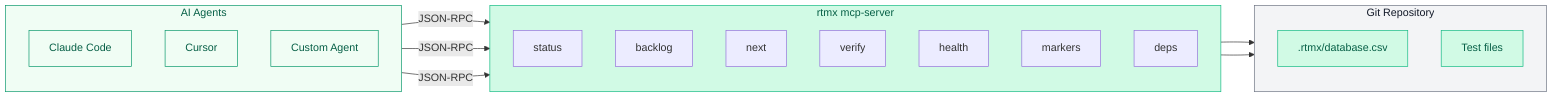
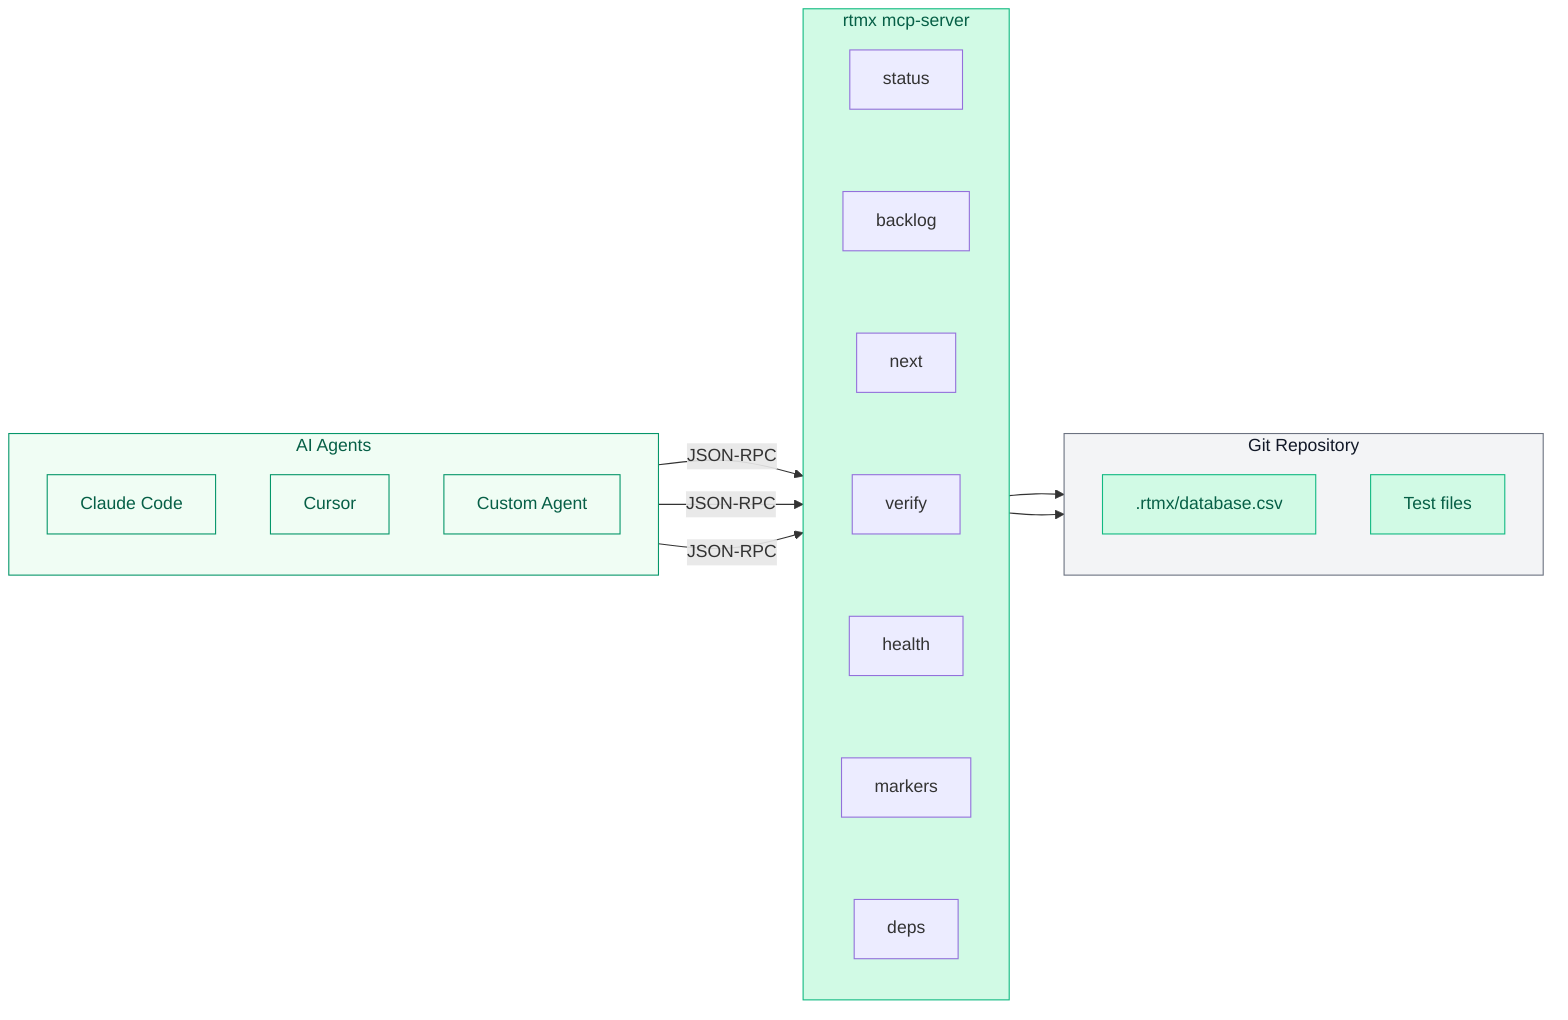
flowchart LR
    subgraph agents["AI Agents"]
        direction TB
        A1["Claude Code"]
        A2["Cursor"]
        A3["Custom Agent"]
    end

    subgraph mcp["rtmx mcp-server"]
        direction TB
        T1["status"]
        T2["backlog"]
        T3["next"]
        T4["verify"]
        T5["health"]
        T6["markers"]
        T7["deps"]
+         T1 ~~~ T2 ~~~ T3 ~~~ T4 ~~~ T5 ~~~ T6 ~~~ T7
    end

    subgraph repo["Git Repository"]
        direction TB
        DB[".rtmx/database.csv"]
        Tests["Test files"]
    end

    A1 -- "JSON-RPC" --> mcp
    A2 -- "JSON-RPC" --> mcp
    A3 -- "JSON-RPC" --> mcp
    mcp --> DB
    mcp --> Tests

    style agents fill:#f0fdf4,stroke:#059669,color:#065f46
    style mcp fill:#d1fae5,stroke:#10b981,color:#065f46
    style repo fill:#f3f4f6,stroke:#6b7280,color:#111827
    style A1 fill:#f0fdf4,stroke:#059669,color:#065f46
    style A2 fill:#f0fdf4,stroke:#059669,color:#065f46
    style A3 fill:#f0fdf4,stroke:#059669,color:#065f46
    style DB fill:#d1fae5,stroke:#10b981,color:#065f46
    style Tests fill:#d1fae5,stroke:#10b981,color:#065f46
